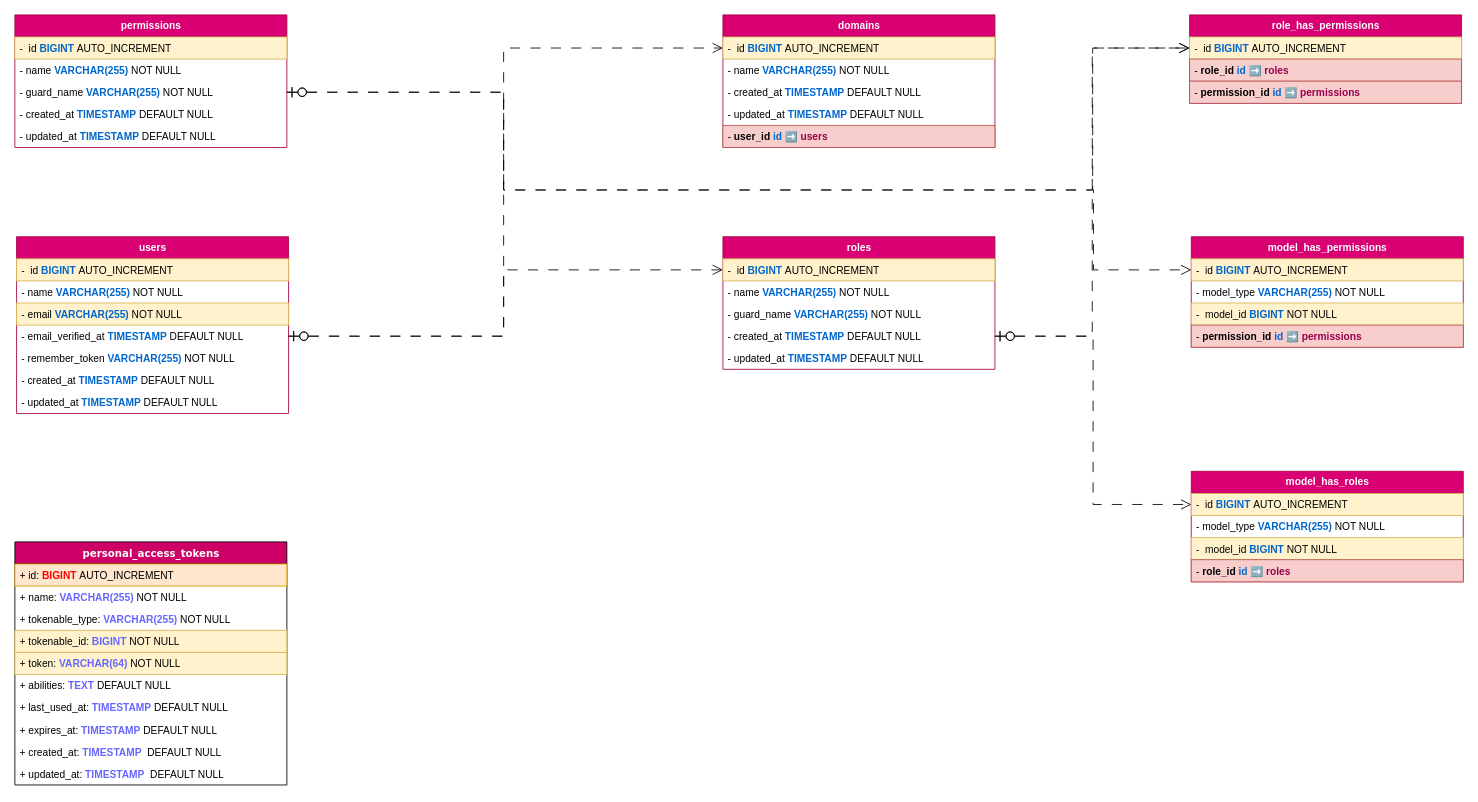
Above: page "Plan" (2 of 2) of public/database-plan.drawio in ds-joe/laravel-multi-tenant (draw.io), before the change. Source tidied: cells renumbered, new cells numbered last; positions are measured from the earlier drawing's top-left corner, leaving out a move shared by most shapes. Both pictures are drawn from the tidied source at 85%, with x=0, y=0 at pixel (14, 14).
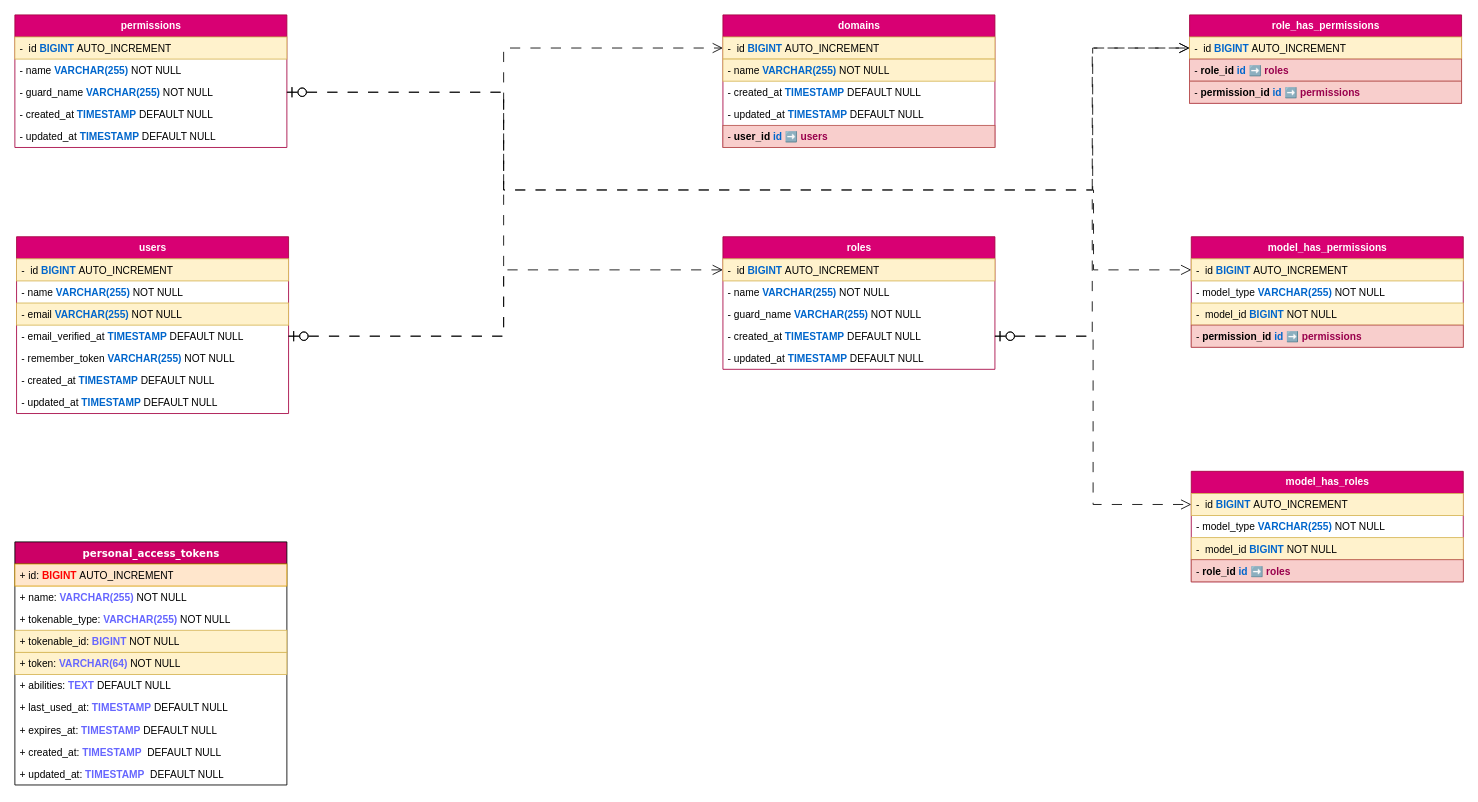
After the change.

The change refers to these unchanged cells:
```xml
<mxCell id="17" value="domains" style="swimlane;fontStyle=1;horizontal=1;startSize=26;fillColor=#d80073;html=1;fontSize=12;strokeColor=#A50040;fontColor=#ffffff;comic=0;noLabel=0;portConstraintRotation=0;snapToPoint=0;fixDash=0;fixedWidth=0;" parent="1" vertex="1">
  <mxGeometry x="833" width="320" height="156" as="geometry" />
</mxCell>
```

Diff of the diagram source:
```diff
@@
-    <mxCell id="19" value="- name&amp;nbsp;&lt;b style=&quot;font-size: 12px;&quot;&gt;&lt;font color=&quot;#0066cc&quot; style=&quot;font-size: 12px;&quot;&gt;VARCHAR(255)&lt;/font&gt;&lt;/b&gt;&amp;nbsp;NOT NULL&amp;nbsp;" style="text;strokeColor=none;fillColor=none;align=left;verticalAlign=top;spacingLeft=4;spacingRight=4;overflow=hidden;whiteSpace=wrap;html=1;fontSize=12;" parent="17" vertex="1">
+    <mxCell id="19" value="- name&amp;nbsp;&lt;b style=&quot;font-size: 12px;&quot;&gt;&lt;font color=&quot;#0066cc&quot; style=&quot;font-size: 12px;&quot;&gt;VARCHAR(255)&lt;/font&gt;&lt;/b&gt;&amp;nbsp;NOT NULL&amp;nbsp;" style="text;strokeColor=#d6b656;fillColor=#fff2cc;align=left;verticalAlign=top;spacingLeft=4;spacingRight=4;overflow=hidden;whiteSpace=wrap;html=1;fontSize=12;" parent="17" vertex="1">
       <mxGeometry y="52" width="320" height="26" as="geometry" />
     </mxCell>
```
